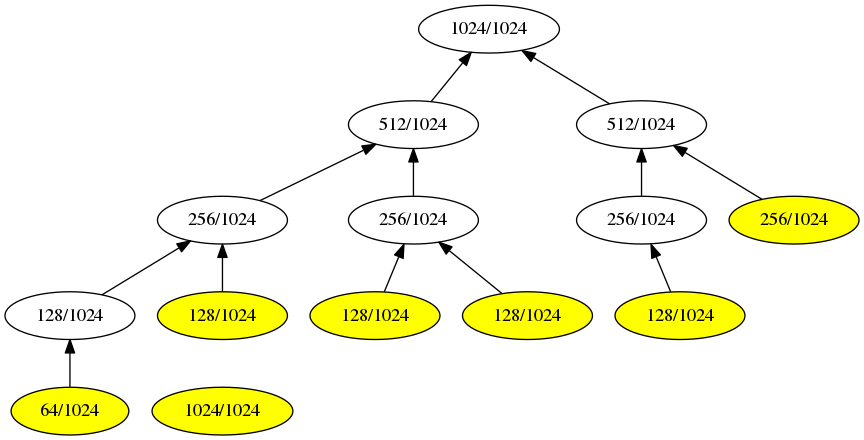
iitramar/guiTool keeps this Graphviz diagram as GuiTool/image/Remia/RemiaHeapDot.png. Above is the earlier version. Its source is kept beside it as GuiTool/image/Remia/RemiaHeapDot.dot.
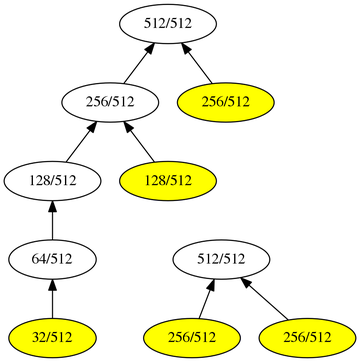
Later version of the same file.

Diff of the diagram source:
```diff
@@ -1,36 +1,26 @@
 digraph G {
 rankdir = BT;
-101[label= " 1024/1024 " ];
-202[label= " 512/1024 " ];
+101[label= " 512/512 " ];
+202[label= " 256/512 " ];
 202->101
-203[label= " 512/1024 " ];
+203[label= " 256/512 " ];
 203->101
-404[label= " 256/1024 " ];
+404[label= " 128/512 " ];
 404->202
-405[label= " 256/1024 " ];
+405[label= " 128/512 " ];
 405->202
-808[label= " 128/1024 " ];
+808[label= " 64/512 " ];
 808->404
-809[label= " 128/1024 " ];
-809->404
-1616[label= " 64/1024 " ];
+1616[label= " 32/512 " ];
 1616->808
 1616[style=filled, fillcolor=yellow];
-809[style=filled, fillcolor=yellow];
-810[label= " 128/1024 " ];
-810->405
-811[label= " 128/1024 " ];
-811->405
-810[style=filled, fillcolor=yellow];
-811[style=filled, fillcolor=yellow];
-406[label= " 256/1024 " ];
-406->203
-407[label= " 256/1024 " ];
-407->203
-812[label= " 128/1024 " ];
-812->406
-812[style=filled, fillcolor=yellow];
-407[style=filled, fillcolor=yellow];
-201[label= " 1024/1024 " ];
-201[style=filled, fillcolor=yellow];
+405[style=filled, fillcolor=yellow];
+203[style=filled, fillcolor=yellow];
+201[label= " 512/512 " ];
+402[label= " 256/512 " ];
+402->201
+403[label= " 256/512 " ];
+403->201
+402[style=filled, fillcolor=yellow];
+403[style=filled, fillcolor=yellow];
 }
```
